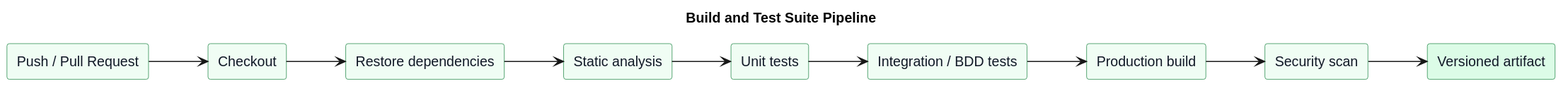
Above: assets/diagrams/ci-pipeline.svg in teralume/energycore-report (PlantUML), before the change.
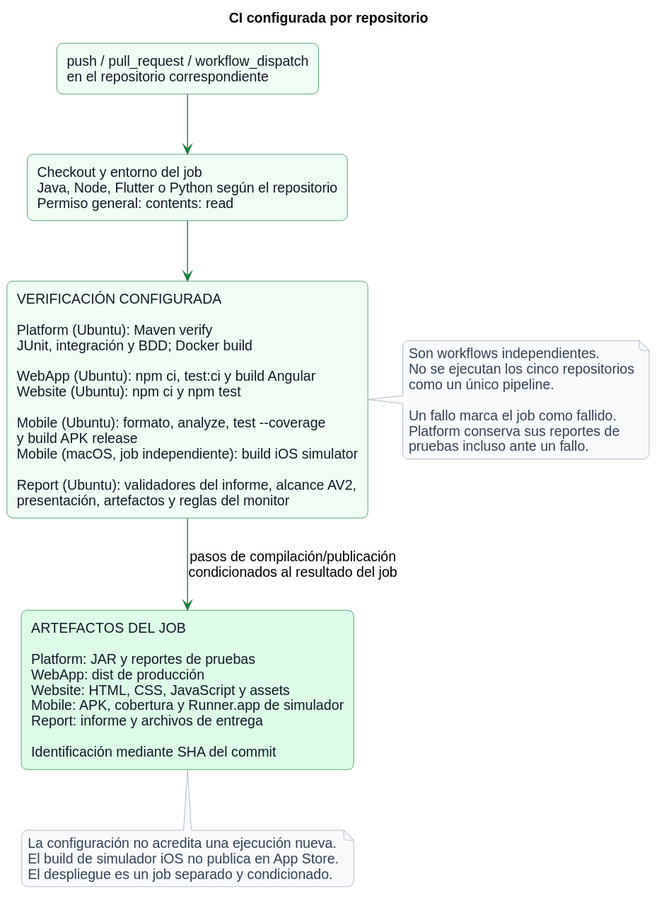
The same file after the commit.

The edit, as a diff of the source:
```diff
@@ -1,31 +1,45 @@
 @startuml
-title Build and Test Suite Pipeline
-left to right direction
+title CI configurada por repositorio
+top to bottom direction
 skinparam backgroundColor white
 skinparam shadowing false
 skinparam defaultFontName Arial
+skinparam defaultFontSize 14
+skinparam ArrowColor #15803D
+skinparam roundcorner 12
 skinparam rectangle {
   BackgroundColor #F0FDF4
   BorderColor #15803D
   FontColor #111827
 }
+skinparam note {
+  BackgroundColor #F8FAFC
+  BorderColor #94A3B8
+  FontColor #334155
+}
 
-rectangle "Push / Pull Request" as A
-rectangle Checkout as B
-rectangle "Restore dependencies" as C
-rectangle "Static analysis" as D
-rectangle "Unit tests" as E
-rectangle "Integration / BDD tests" as F
-rectangle "Production build" as G
-rectangle "Security scan" as H
-rectangle "Versioned artifact" as I #DCFCE7
+rectangle "push / pull_request / workflow_dispatch\nen el repositorio correspondiente" as Trigger
+rectangle "Checkout y entorno del job\nJava, Node, Flutter o Python según el repositorio\nPermiso general: contents: read" as Setup
+rectangle "VERIFICACIÓN CONFIGURADA\n\nPlatform (Ubuntu): Maven verify\nJUnit, integración y BDD; Docker build\n\nWebApp (Ubuntu): npm ci, test:ci y build Angular\nWebsite (Ubuntu): npm ci y npm test\n\nMobile (Ubuntu): formato, analyze, test --coverage\ny build APK release\nMobile (macOS, job independiente): build iOS simulator\n\nReport (Ubuntu): validadores del informe, alcance AV2,\npresentación, artefactos y reglas del monitor" as Verify
+rectangle "ARTEFACTOS DEL JOB\n\nPlatform: JAR y reportes de pruebas\nWebApp: dist de producción\nWebsite: HTML, CSS, JavaScript y assets\nMobile: APK, cobertura y Runner.app de simulador\nReport: informe y archivos de entrega\n\nIdentificación mediante SHA del commit" as Artifacts #DCFCE7
 
-A --> B
-B --> C
-C --> D
-D --> E
-E --> F
-F --> G
-G --> H
-H --> I
+Trigger --> Setup
+Setup --> Verify
+Verify --> Artifacts : pasos de compilación/publicación\ncondicionados al resultado del job
+
+note right of Verify
+  Son workflows independientes.
+  No se ejecutan los cinco repositorios
+  como un único pipeline.
+
+  Un fallo marca el job como fallido.
+  Platform conserva sus reportes de
+  pruebas incluso ante un fallo.
+end note
+
+note bottom of Artifacts
+  La configuración no acredita una ejecución nueva.
+  El build de simulador iOS no publica en App Store.
+  El despliegue es un job separado y condicionado.
+end note
 @enduml
```
